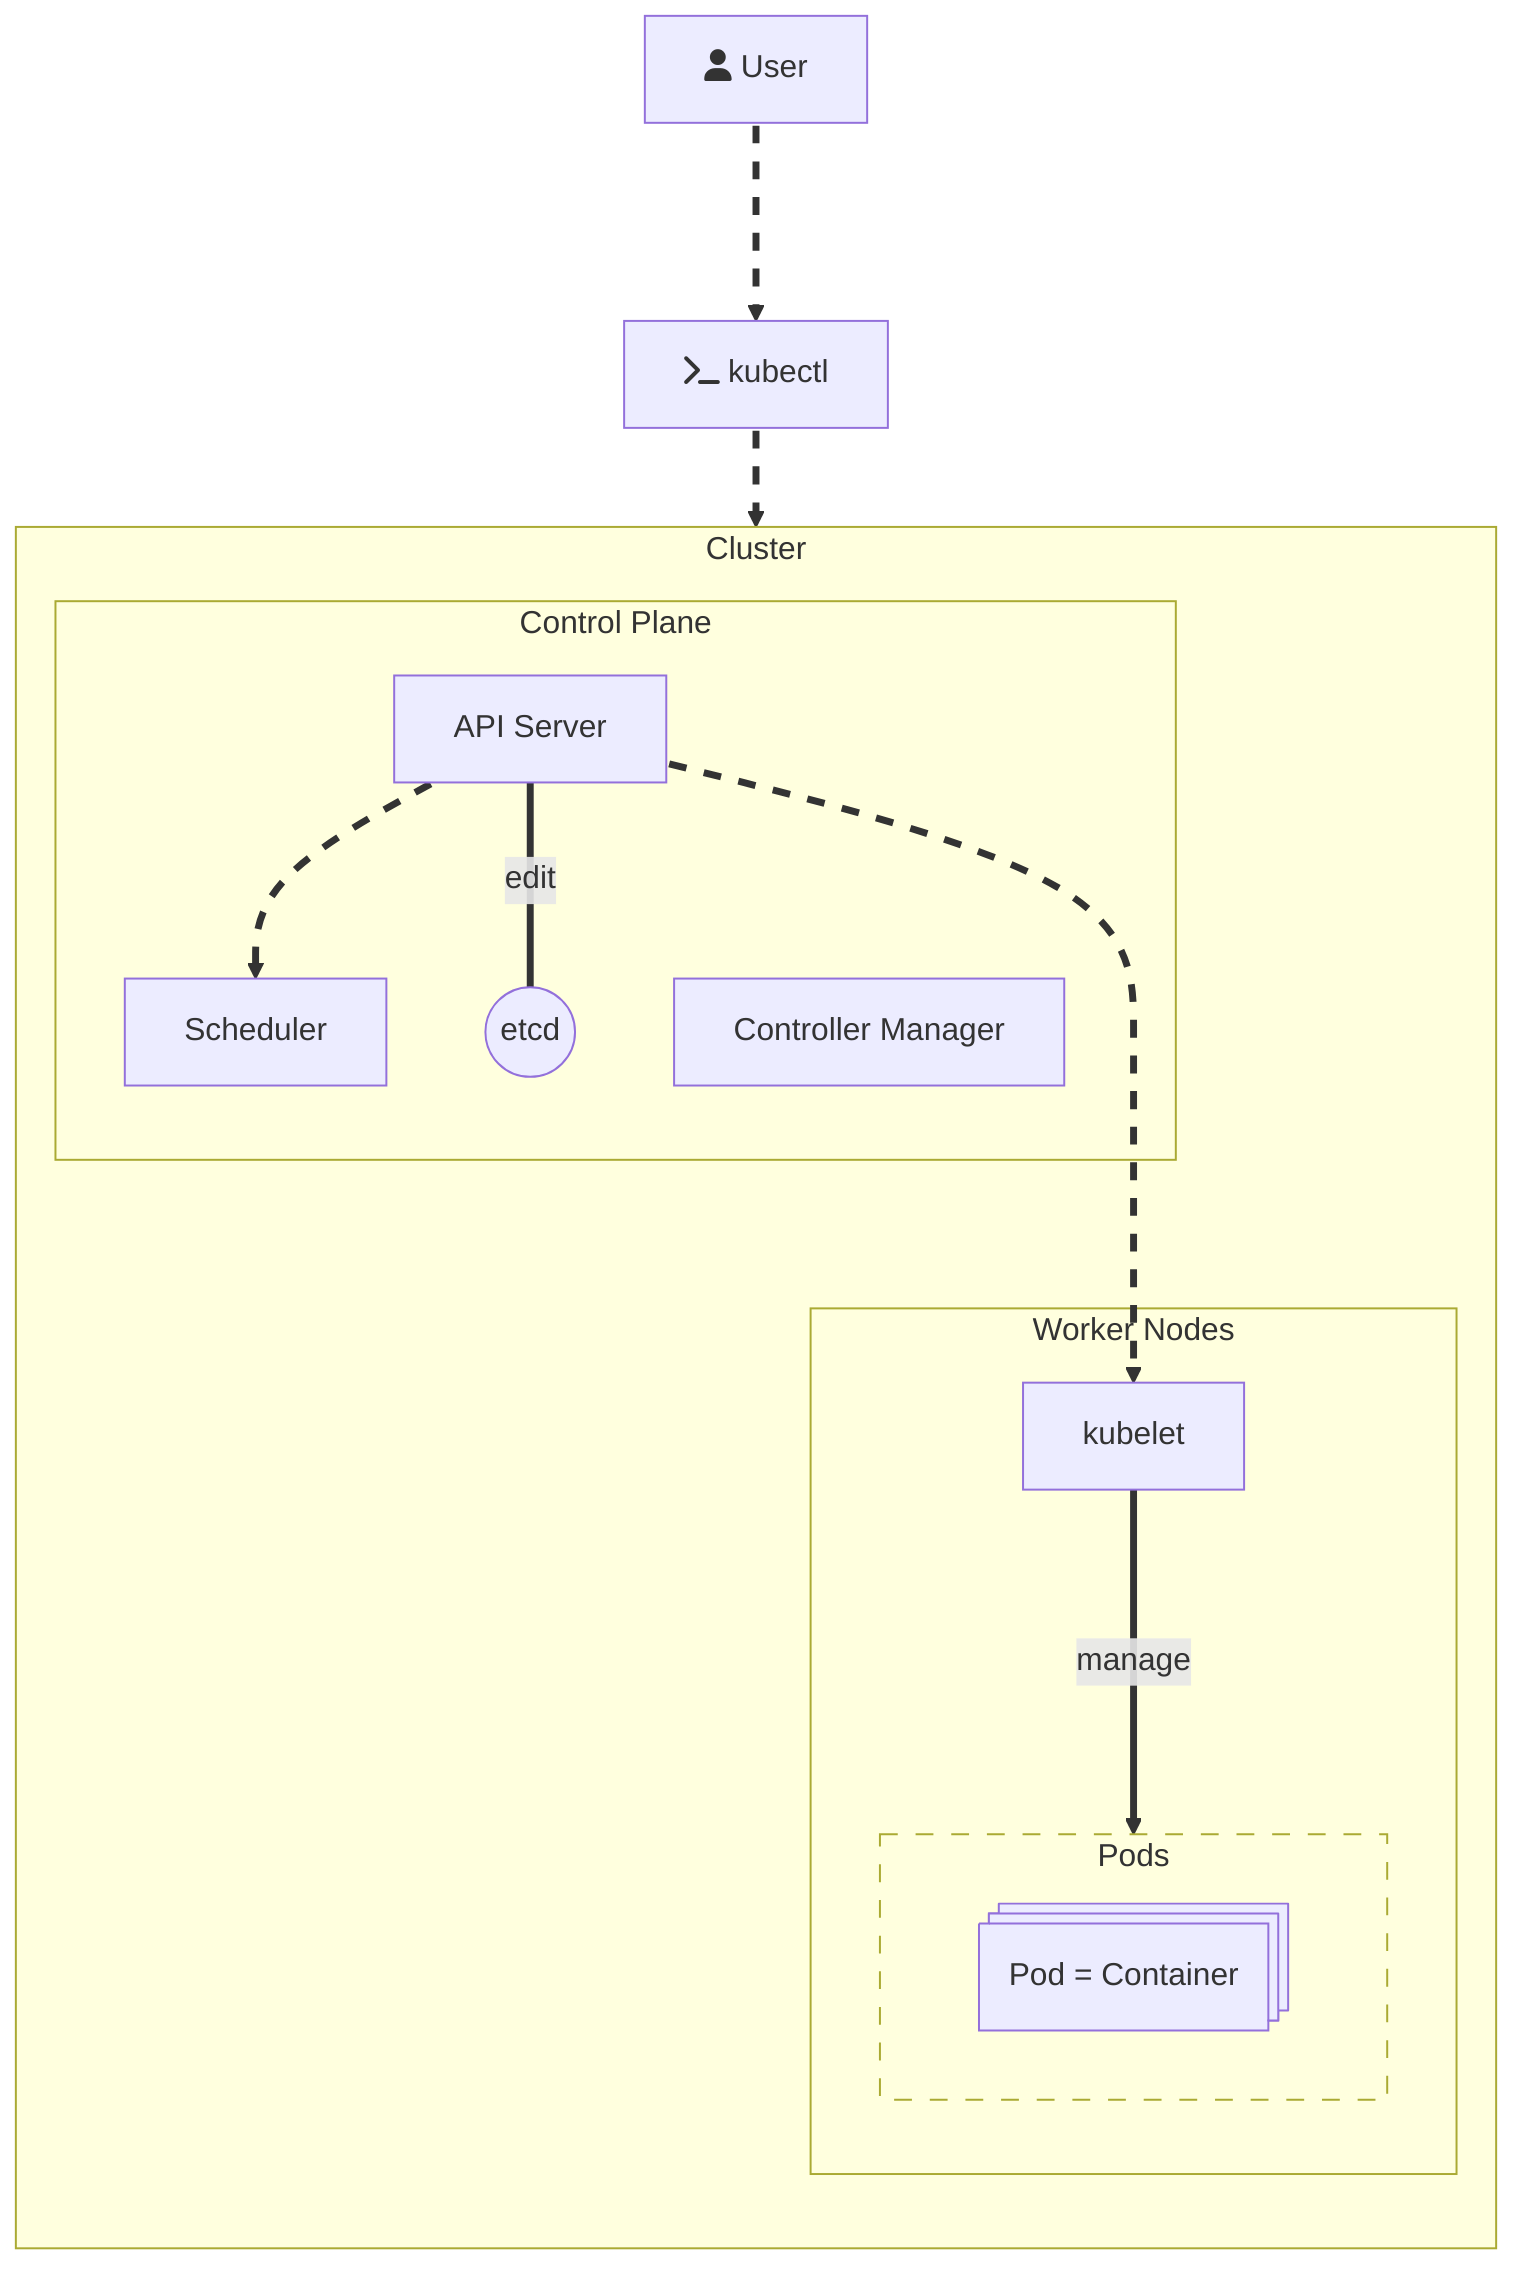
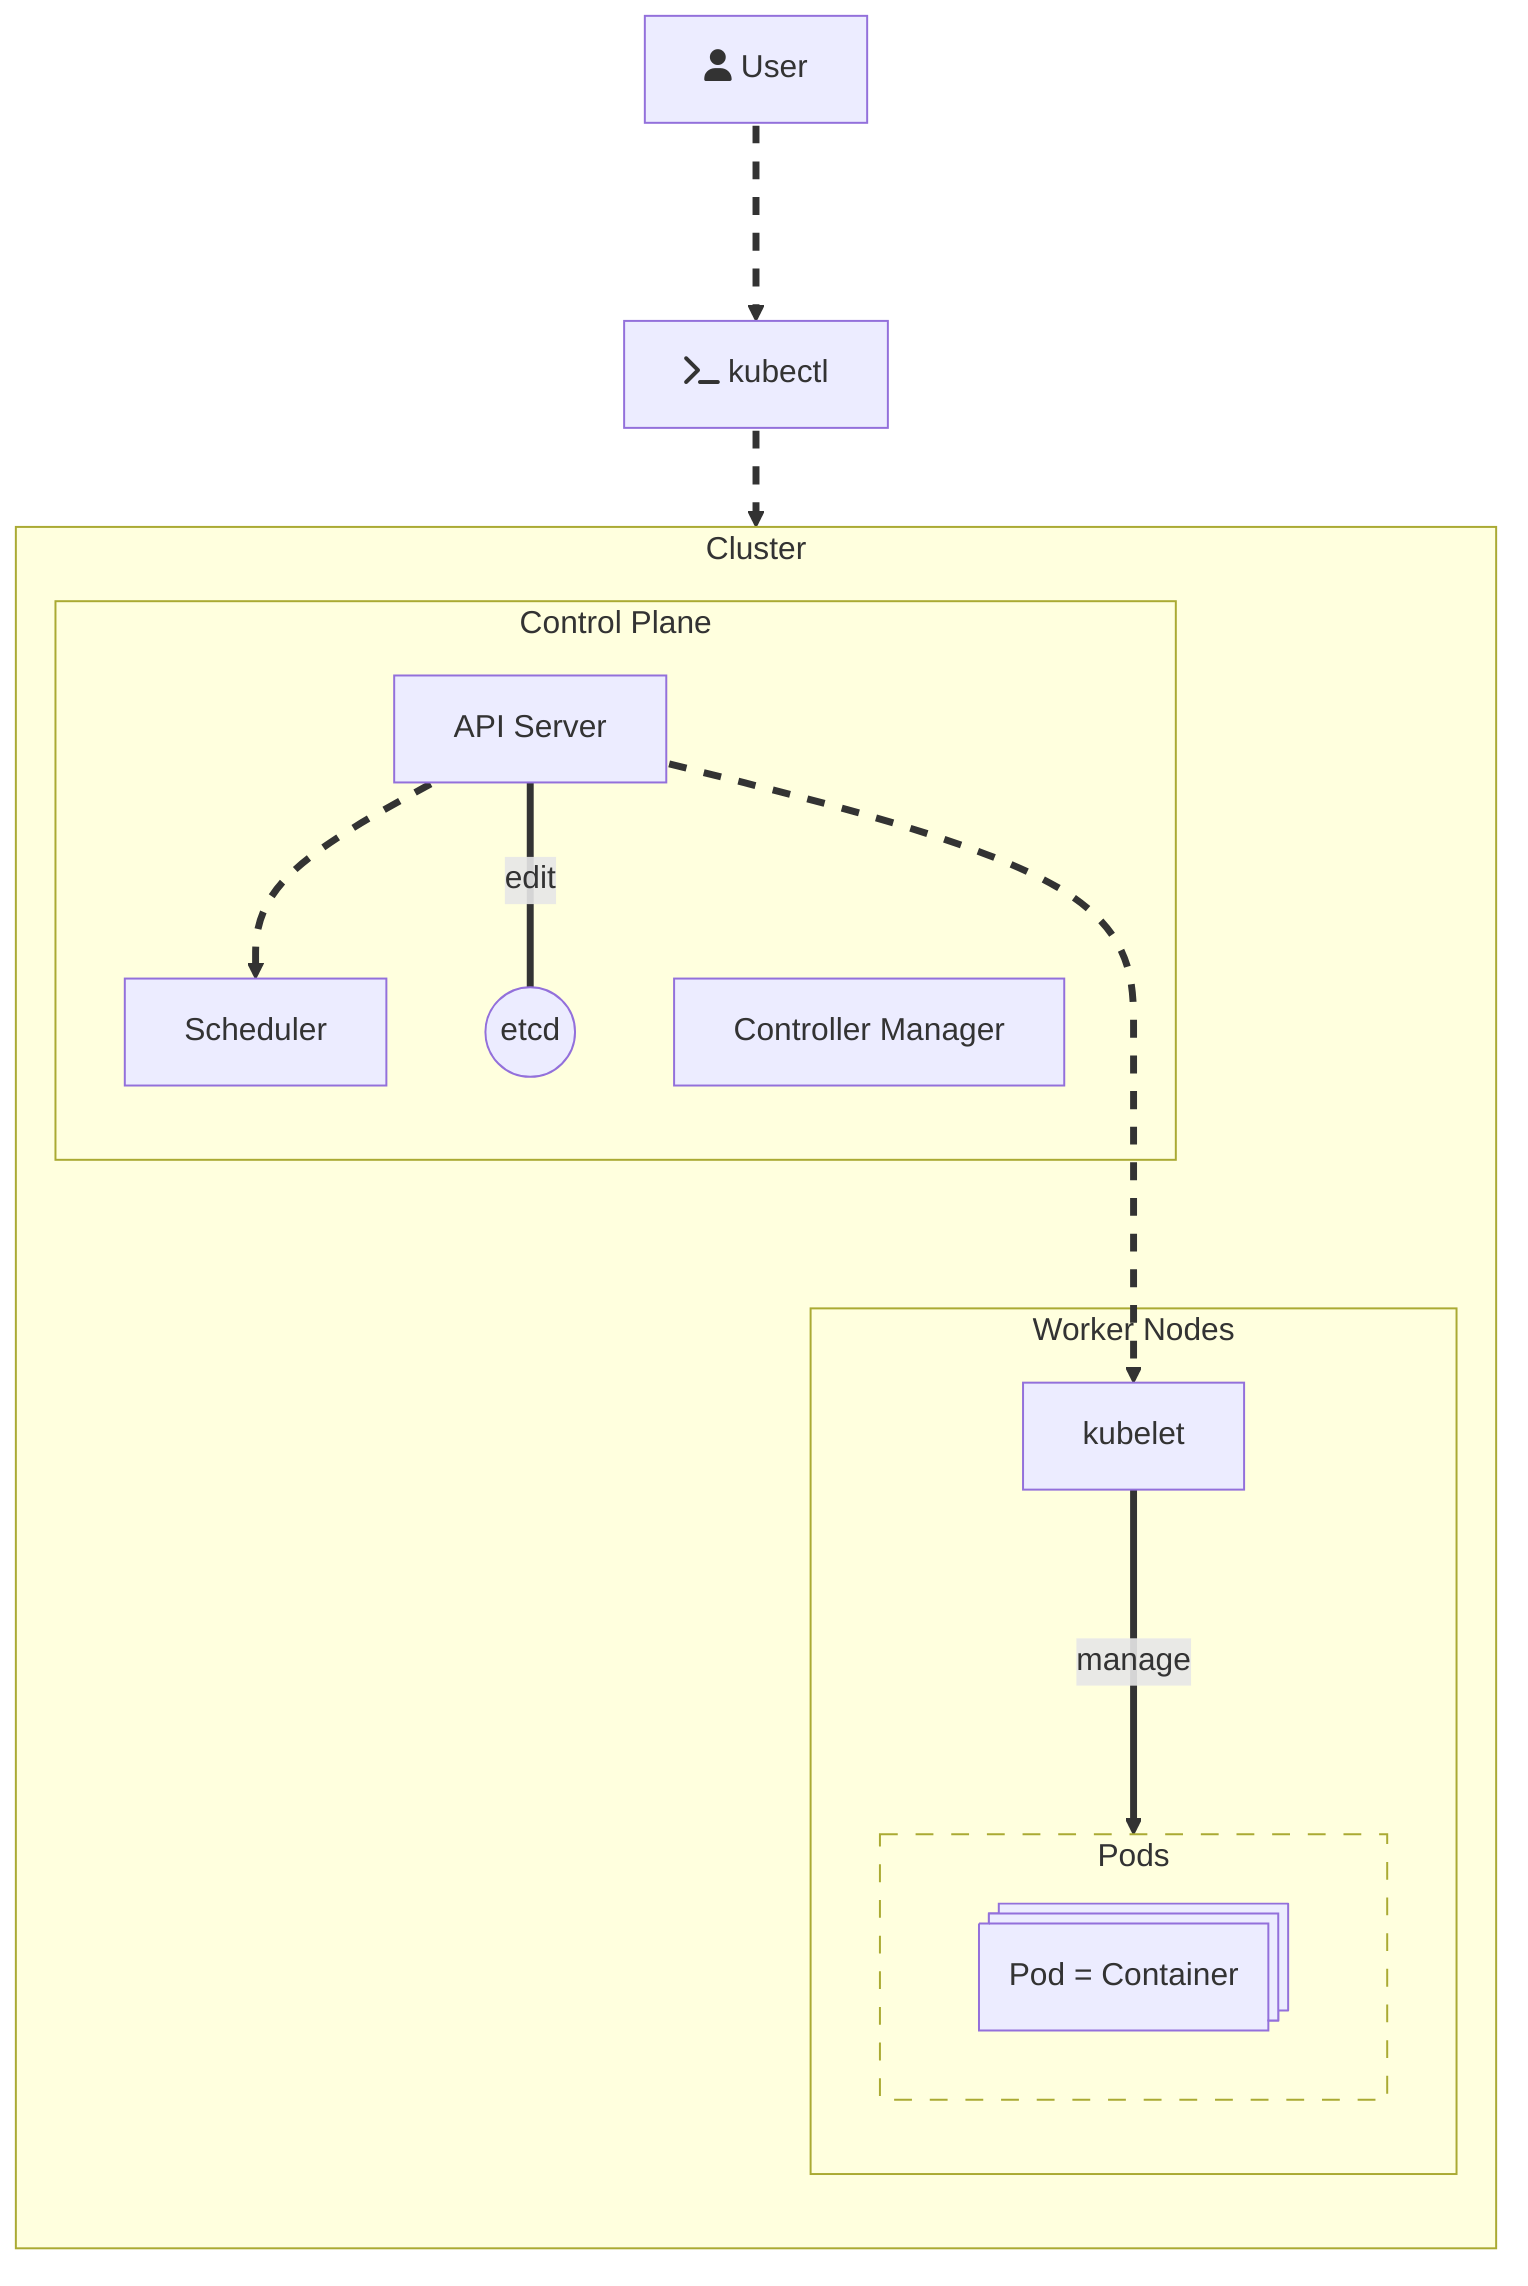
flowchart TB

    User["fa:fa-user User"]
    kubectl["fa:fa-terminal kubectl"]

    subgraph Cluster
        direction TB
        subgraph ControlPlane["Control Plane"]
            API[API Server] c3@==> Scheduler
            API ===|edit| etcd((etcd))
            ControllerManager["Controller Manager"]
        end
        subgraph WorkerNodes["Worker Nodes"]
            kubelet["kubelet"]
            subgraph PodsContainer["Pods"]
              direction LR
              Pod@{ shape: st-rect, label: "Pod = Container"}
            end
            kubelet ===>|manage| PodsContainer
        end
    end

    User c1@===> kubectl c2@==> API
    API c4@===> kubelet



      classDef animate stroke-dasharray: 9,5,stroke-dashoffset: 900,animation: dash 50s linear infinite;
    class c1,c2,c3,c4 animate

    class PodsContainer structurevarint
      classDef structurevarint stroke-dasharray: 9,5,stroke-dashoffset: 900,animation: dash 50s linear infinite, corners: round;

click kubectl / "kubectl is the main interface for interacting with Kubernetes. It sends commands to the cluster via the Kubernetes API. You can use it to:
<ul>
<li>Deploy applications</li>
<li>View resources (like pods)</li>
<li>Update or delete things in the cluster</li>
</ul>"

+ 
+ click User / "The user interacts with the Kubernetes cluster through the kubectl command-line tool. They can perform various operations such as deploying applications, managing resources, and monitoring the cluster's state."
+ 
click API / "The API Server is the central management entity that exposes the Kubernetes API. It processes REST requests, validates them, and updates the corresponding objects in etcd. It also serves as the gateway for all interactions with the cluster."
+ 
+ click etcd / "etcd is a distributed key-value store that Kubernetes uses to store all cluster data. It holds the state of the cluster, including information about nodes, pods, services, and more. The API Server interacts with etcd to read and write this data."
+ 
+ click Scheduler / "The Scheduler is responsible for assigning pods to nodes. It watches for newly created pods that have no assigned node and selects an appropriate node for them based on resource requirements, policies, and other constraints."
+ 
+ click ControllerManager / "The Controller Manager runs various controllers that manage the state of the cluster. These controllers ensure that the desired state of the cluster matches the actual state by performing tasks like scaling applications, managing node health, and handling replication."
+ 
+ click kubelet / "The kubelet is an agent that runs on each worker node. It ensures that the containers described in the PodSpecs are running and healthy. The kubelet communicates with the API Server to receive instructions and report back the status of the pods it manages."
+ 
+ click Pod / "A Pod is the smallest deployable unit in Kubernetes. It represents a single instance of a running process in the cluster. A Pod can contain one or more containers, which share the same network namespace and storage volumes."